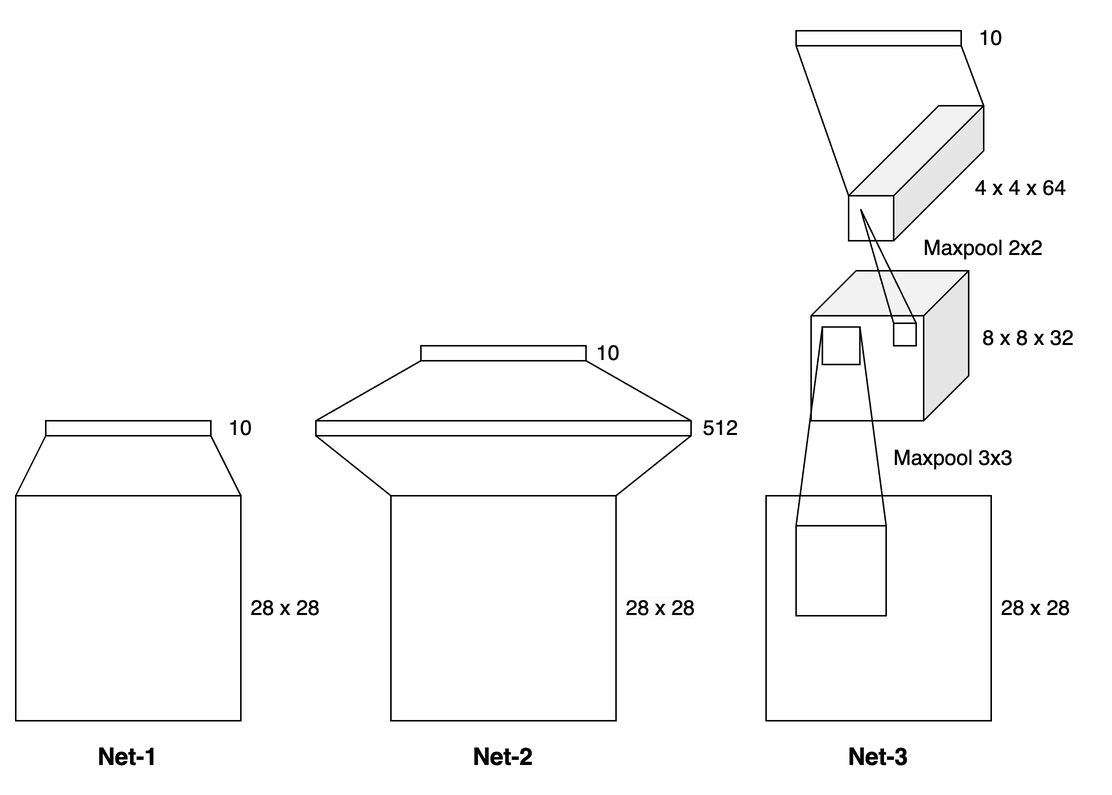
Above: img/mnist_nets.png in abeleinin/learning-with-tensors (draw.io), before the change. Source tidied: cells renumbered, new cells last; positions are measured from the earlier drawing's top-left corner, leaving out a move shared by most shapes.
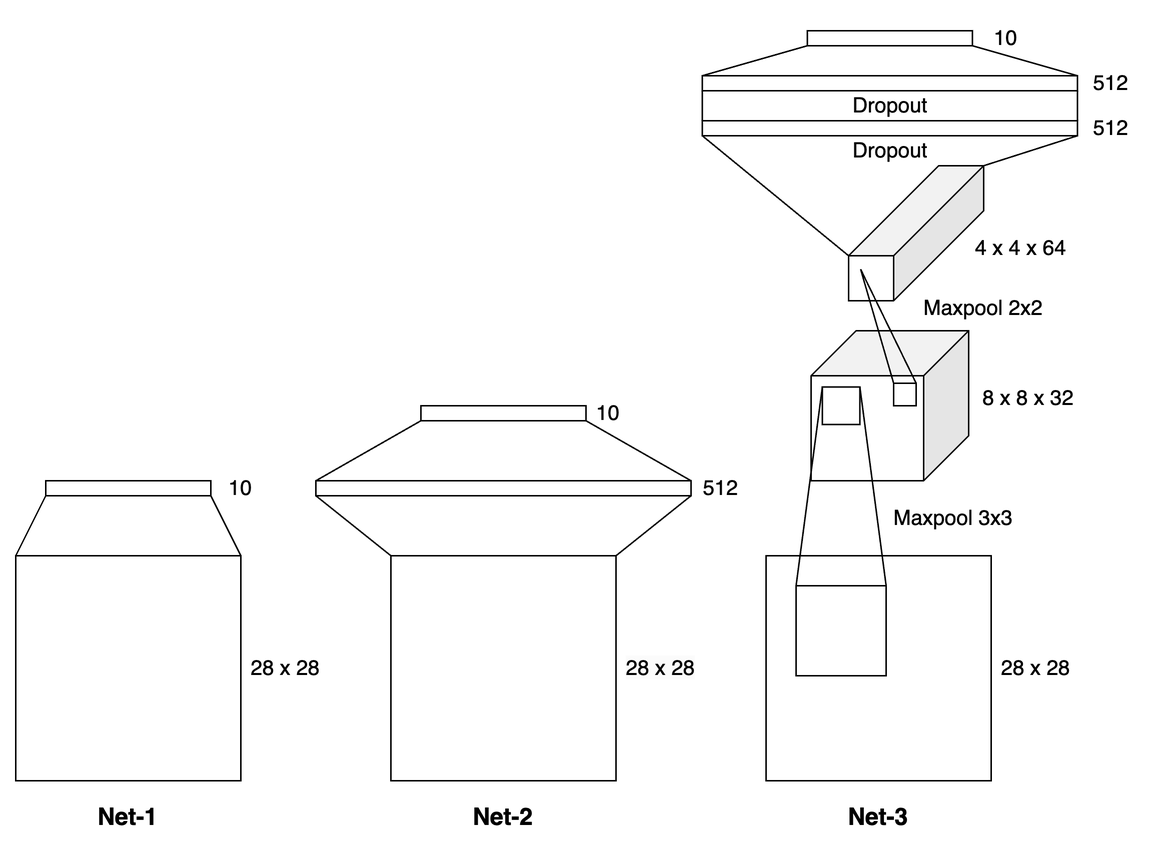
The same diagram one commit later.

Diff of the diagram source:
```diff
@@ -75,7 +75,7 @@
       <mxGeometry x="520" y="340" width="60" height="60" as="geometry" />
     </mxCell>
     <mxCell id="22" style="rounded=0;whiteSpace=wrap;html=1;" parent="1" vertex="1">
-      <mxGeometry x="520" y="10" width="110" height="10" as="geometry" />
+      <mxGeometry x="527.5" y="-30" width="110" height="10" as="geometry" />
     </mxCell>
     <mxCell id="23" style="whiteSpace=wrap;html=1;" parent="1" vertex="1">
       <mxGeometry x="537.5" y="207.5" width="25" height="25" as="geometry" />
@@ -93,10 +93,10 @@
         <mxPoint x="563" y="129" as="targetPoint" />
       </mxGeometry>
     </mxCell>
-    <mxCell id="27" style="endArrow=none;html=1;rounded=0;entryX=1;entryY=1;entryDx=0;entryDy=0;exitX=0;exitY=0;exitDx=0;exitDy=0;exitPerimeter=0;" parent="1" edge="1" source="2" target="22">
+    <mxCell id="27" style="endArrow=none;html=1;rounded=0;entryX=1;entryY=1;entryDx=0;entryDy=0;exitX=0;exitY=0;exitDx=0;exitDy=0;exitPerimeter=0;" parent="1" edge="1" source="2" target="49">
       <mxGeometry relative="1" as="geometry" />
     </mxCell>
-    <mxCell id="28" style="endArrow=none;html=1;rounded=0;entryX=0;entryY=1;entryDx=0;entryDy=0;" parent="1" edge="1" target="22">
+    <mxCell id="28" style="endArrow=none;html=1;rounded=0;entryX=0;entryY=1;entryDx=0;entryDy=0;" parent="1" edge="1" target="49">
       <mxGeometry relative="1" as="geometry">
         <mxPoint x="555" y="120" as="sourcePoint" />
       </mxGeometry>
@@ -131,7 +131,7 @@
       <mxGeometry x="365" y="210" width="60" height="30" as="geometry" />
     </mxCell>
     <mxCell id="38" value="10" style="text;html=1;align=center;verticalAlign=middle;whiteSpace=wrap;rounded=0;fontSize=14;" parent="1" vertex="1">
-      <mxGeometry x="620" width="60" height="30" as="geometry" />
+      <mxGeometry x="630" y="-40" width="60" height="30" as="geometry" />
     </mxCell>
     <mxCell id="39" value="8 x 8 x 32" style="text;html=1;align=center;verticalAlign=middle;whiteSpace=wrap;rounded=0;fontSize=14;" parent="1" vertex="1">
       <mxGeometry x="630" y="200" width="90" height="30" as="geometry" />
@@ -151,5 +151,37 @@
     <mxCell id="44" style="whiteSpace=wrap;html=1;" parent="1" vertex="1">
       <mxGeometry x="585" y="205" width="15" height="15" as="geometry" />
     </mxCell>
+    <mxCell id="45" style="rounded=0;whiteSpace=wrap;html=1;" parent="1" vertex="1">
+      <mxGeometry x="457.5" width="250" height="10" as="geometry" />
+    </mxCell>
+    <mxCell id="46" style="endArrow=none;html=1;rounded=0;entryX=0;entryY=1;entryDx=0;entryDy=0;exitX=0;exitY=0;exitDx=0;exitDy=0;" parent="1" edge="1" source="45" target="22">
+      <mxGeometry relative="1" as="geometry" />
+    </mxCell>
+    <mxCell id="47" style="endArrow=none;html=1;rounded=0;entryX=1;entryY=1;entryDx=0;entryDy=0;exitX=1;exitY=0;exitDx=0;exitDy=0;" parent="1" edge="1" source="45" target="22">
+      <mxGeometry relative="1" as="geometry" />
+    </mxCell>
+    <mxCell id="48" value="512" style="text;html=1;align=center;verticalAlign=middle;whiteSpace=wrap;rounded=0;fontSize=14;" parent="1" vertex="1">
+      <mxGeometry x="700" y="20" width="60" height="30" as="geometry" />
+    </mxCell>
+    <mxCell id="49" style="rounded=0;whiteSpace=wrap;html=1;" parent="1" vertex="1">
+      <mxGeometry x="457.5" y="30" width="250" height="10" as="geometry" />
+    </mxCell>
+    <mxCell id="50" style="endArrow=none;html=1;rounded=0;entryX=0;entryY=1;entryDx=0;entryDy=0;exitX=0;exitY=0;exitDx=0;exitDy=0;" parent="1" edge="1" source="49" target="45">
+      <mxGeometry relative="1" as="geometry" />
+    </mxCell>
+    <mxCell id="51" style="endArrow=none;html=1;rounded=0;entryX=1;entryY=1;entryDx=0;entryDy=0;exitX=0;exitY=0;exitDx=0;exitDy=0;" parent="1" edge="1" target="45">
+      <mxGeometry relative="1" as="geometry">
+        <mxPoint x="707.5" y="30" as="sourcePoint" />
+      </mxGeometry>
+    </mxCell>
+    <mxCell id="52" value="512" style="text;html=1;align=center;verticalAlign=middle;whiteSpace=wrap;rounded=0;fontSize=14;" parent="1" vertex="1">
+      <mxGeometry x="700" y="-10" width="60" height="30" as="geometry" />
+    </mxCell>
+    <mxCell id="53" value="Dropout" style="text;html=1;align=center;verticalAlign=middle;whiteSpace=wrap;rounded=0;fontSize=14;" parent="1" vertex="1">
+      <mxGeometry x="537.5" y="5" width="90" height="30" as="geometry" />
+    </mxCell>
+    <mxCell id="54" value="Dropout" style="text;html=1;align=center;verticalAlign=middle;whiteSpace=wrap;rounded=0;fontSize=14;" parent="1" vertex="1">
+      <mxGeometry x="537.5" y="35" width="90" height="30" as="geometry" />
+    </mxCell>
   </root>
 </mxGraphModel>
```
